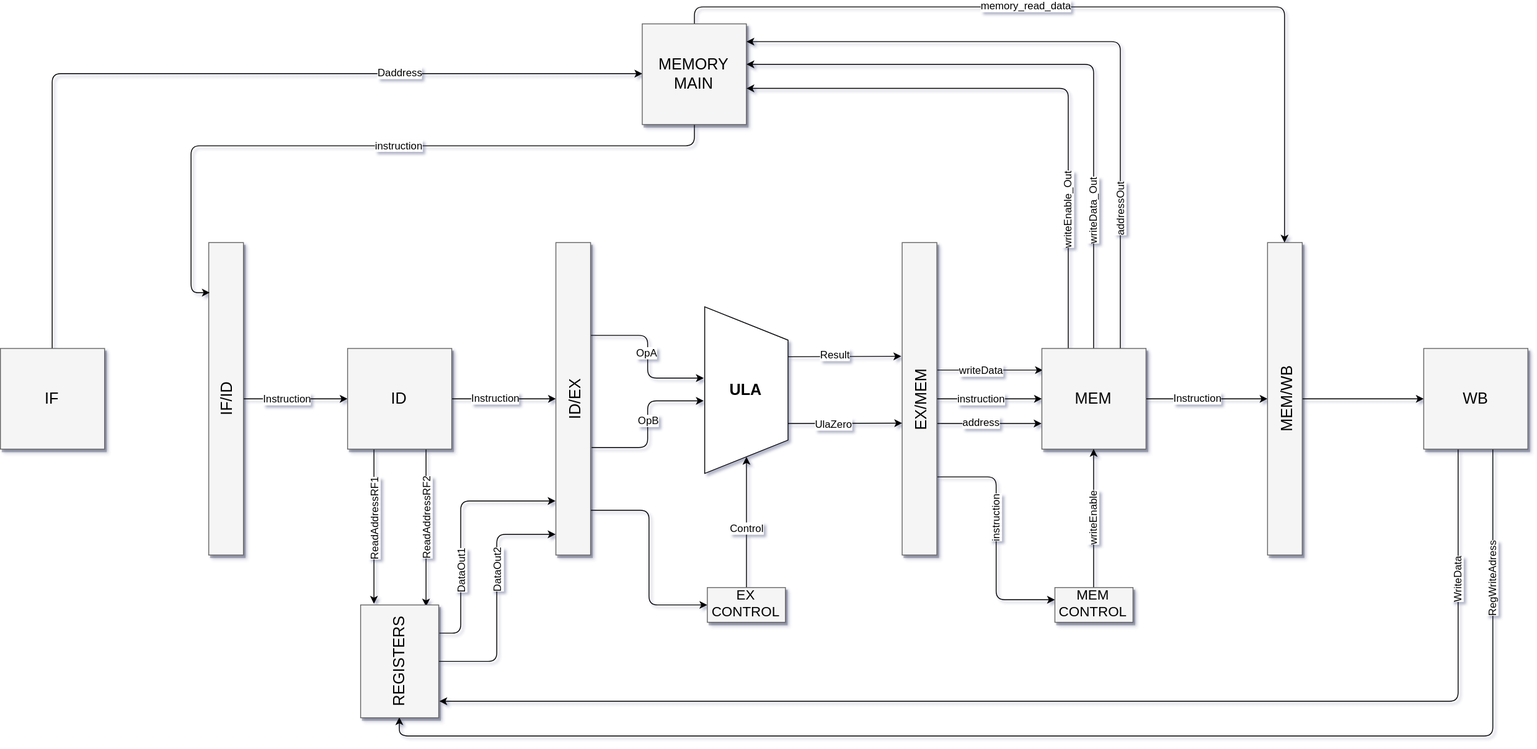
yansirianni/Pratica2_LAOC2 keeps this draw.io diagram as PipelineProcessor/Fluxo Micro-Page-1.svg. Above is the earlier version. Source tidied: cells renumbered, new cells last; positions are measured from the earlier drawing's top-left corner, leaving out a move shared by most shapes.
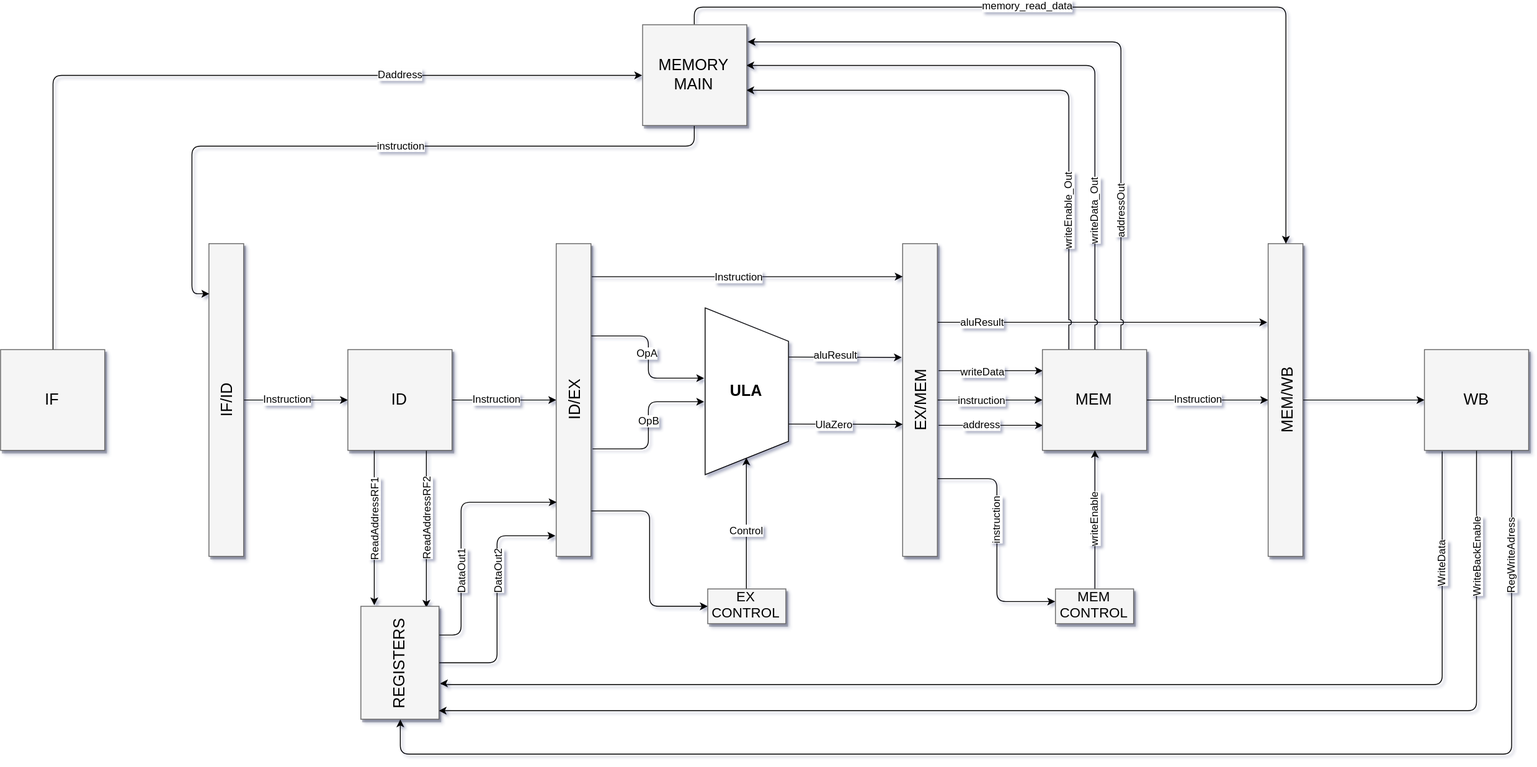
The same diagram one commit later.

Commit message:
Fix mem and wb wires

Diff of the diagram source:
```diff
@@ -20,7 +20,7 @@
     <mxCell id="5" style="edgeStyle=orthogonalEdgeStyle;rounded=0;jettySize=auto;html=1;" parent="1" edge="1" source="7" target="14">
       <mxGeometry relative="1" as="geometry" />
     </mxCell>
-    <mxCell id="6" value="Instruction" style="text;html=1;align=center;verticalAlign=middle;labelBackgroundColor=#ffffff;" parent="5" vertex="1">
+    <mxCell id="6" value="Instruction" style="text;html=1;align=center;verticalAlign=middle;labelBackgroundColor=#ffffff;spacingTop=-2;" parent="5" vertex="1">
       <mxGeometry x="-0.17" y="1" relative="1" as="geometry" />
     </mxCell>
     <mxCell id="7" value="IF/ID&lt;br&gt;&lt;br&gt;&lt;br&gt;" style="whiteSpace=wrap;html=1;shadow=1;fontSize=18;fillColor=#f5f5f5;strokeColor=#666666;labelBorderColor=none;labelBackgroundColor=none;verticalAlign=middle;horizontal=0;align=center;spacingLeft=0;spacing=0;spacingTop=45;" parent="1" vertex="1">
@@ -108,6 +108,14 @@
         <mxPoint x="5.5" as="offset" />
       </mxGeometry>
     </mxCell>
+    <mxCell id="67" style="edgeStyle=elbowEdgeStyle;rounded=1;jettySize=auto;html=1;exitX=1;exitY=0.25;exitDx=0;exitDy=0;entryX=-0.015;entryY=0.25;entryDx=0;entryDy=0;jumpStyle=arc;entryPerimeter=0;" parent="1" edge="1" source="29" target="40">
+      <mxGeometry relative="1" as="geometry" />
+    </mxCell>
+    <mxCell id="68" value="aluResult" style="text;html=1;align=center;verticalAlign=middle;labelBackgroundColor=#ffffff;spacingTop=2;" parent="67" vertex="1">
+      <mxGeometry y="130" relative="1" as="geometry">
+        <mxPoint x="-139" y="128" as="offset" />
+      </mxGeometry>
+    </mxCell>
     <mxCell id="29" value="EX/MEM&lt;br&gt;&lt;br&gt;" style="whiteSpace=wrap;html=1;shadow=1;fontSize=18;fillColor=#f5f5f5;strokeColor=#666666;labelBorderColor=none;labelBackgroundColor=none;verticalAlign=middle;horizontal=0;align=center;spacingLeft=0;spacing=0;spacingTop=25;" parent="1" vertex="1">
       <mxGeometry x="1039" y="252" width="40" height="360" as="geometry" />
     </mxCell>
@@ -154,31 +162,44 @@
     <mxCell id="40" value="MEM/WB&lt;br&gt;" style="whiteSpace=wrap;html=1;shadow=1;fontSize=18;fillColor=#f5f5f5;strokeColor=#666666;labelBorderColor=none;labelBackgroundColor=none;verticalAlign=middle;horizontal=0;align=center;spacingLeft=0;spacing=0;spacingTop=5;" parent="1" vertex="1">
       <mxGeometry x="1460" y="252" width="40" height="360" as="geometry" />
     </mxCell>
-    <mxCell id="41" style="jettySize=auto;html=1;startSize=6;sourcePerimeterSpacing=0;strokeColor=#000000;fontSize=16;exitX=0.667;exitY=1;exitDx=0;exitDy=0;entryX=0.5;entryY=1;entryDx=0;entryDy=0;edgeStyle=orthogonalEdgeStyle;exitPerimeter=0;" parent="1" edge="1" source="45" target="53">
+    <mxCell id="41" style="jettySize=auto;html=1;startSize=6;sourcePerimeterSpacing=0;strokeColor=#000000;fontSize=16;exitX=0.833;exitY=1.002;exitDx=0;exitDy=0;entryX=0.5;entryY=1;entryDx=0;entryDy=0;edgeStyle=orthogonalEdgeStyle;exitPerimeter=0;" parent="1" edge="1" source="45" target="53">
       <mxGeometry relative="1" as="geometry">
         <Array as="points">
-          <mxPoint x="1720" y="820" />
-          <mxPoint x="460" y="820" />
+          <mxPoint x="1740" y="840" />
+          <mxPoint x="460" y="840" />
         </Array>
       </mxGeometry>
     </mxCell>
     <mxCell id="42" value="&lt;span&gt;RegWriteAdress&lt;/span&gt;" style="text;html=1;align=center;verticalAlign=middle;labelBackgroundColor=#ffffff;rotation=-90;spacingTop=-4;" parent="41" vertex="1">
       <mxGeometry x="-0.82" relative="1" as="geometry">
-        <mxPoint y="8.5" as="offset" />
+        <mxPoint y="-25" as="offset" />
       </mxGeometry>
     </mxCell>
-    <mxCell id="43" style="edgeStyle=orthogonalEdgeStyle;rounded=1;jumpStyle=arc;jettySize=auto;html=1;exitX=0.333;exitY=0.995;exitDx=0;exitDy=0;entryX=1.006;entryY=0.85;entryDx=0;entryDy=0;entryPerimeter=0;exitPerimeter=0;" parent="1" edge="1" source="45" target="53">
+    <mxCell id="43" style="edgeStyle=orthogonalEdgeStyle;rounded=1;jumpStyle=arc;jettySize=auto;html=1;exitX=0.165;exitY=1.007;exitDx=0;exitDy=0;exitPerimeter=0;entryX=1.009;entryY=0.688;entryDx=0;entryDy=0;entryPerimeter=0;" parent="1" edge="1" source="45" target="53">
       <mxGeometry relative="1" as="geometry">
         <Array as="points">
-          <mxPoint x="1680" y="780" />
+          <mxPoint x="1660" y="759" />
+          <mxPoint x="507" y="759" />
         </Array>
       </mxGeometry>
     </mxCell>
     <mxCell id="44" value="&lt;span&gt;WriteData&lt;/span&gt;" style="text;html=1;align=center;verticalAlign=middle;labelBackgroundColor=#ffffff;rotation=-90;spacingTop=-3;" parent="43" vertex="1">
       <mxGeometry x="-0.79" y="-2" relative="1" as="geometry">
-        <mxPoint x="2" y="-4.5" as="offset" />
+        <mxPoint x="2" y="-20" as="offset" />
       </mxGeometry>
     </mxCell>
+    <mxCell id="69" style="edgeStyle=elbowEdgeStyle;rounded=1;jettySize=auto;html=1;entryX=1.004;entryY=0.927;entryDx=0;entryDy=0;entryPerimeter=0;" parent="1" edge="1" source="45" target="53">
+      <mxGeometry relative="1" as="geometry">
+        <Array as="points">
+          <mxPoint x="1700" y="660" />
+        </Array>
+      </mxGeometry>
+    </mxCell>
+    <mxCell id="70" value="WriteBackEnable" style="text;html=1;align=center;verticalAlign=middle;labelBackgroundColor=#ffffff;rotation=-90;spacingTop=-2;" parent="69" vertex="1">
+      <mxGeometry x="-0.82" y="-1" relative="1" as="geometry">
+        <mxPoint x="1" y="-9" as="offset" />
+      </mxGeometry>
+    </mxCell>
     <mxCell id="45" value="WB&lt;br&gt;" style="whiteSpace=wrap;html=1;shadow=1;fontSize=18;fillColor=#f5f5f5;strokeColor=#666666;" parent="1" vertex="1">
       <mxGeometry x="1640" y="374" width="120" height="116" as="geometry" />
     </mxCell>
@@ -188,6 +209,17 @@
     <mxCell id="47" value="Control" style="text;html=1;align=center;verticalAlign=middle;labelBackgroundColor=#ffffff;" parent="46" vertex="1">
       <mxGeometry x="-0.09" relative="1" as="geometry" />
     </mxCell>
+    <mxCell id="71" style="edgeStyle=elbowEdgeStyle;rounded=1;orthogonalLoop=1;jettySize=auto;html=1;" parent="1" edge="1">
+      <mxGeometry relative="1" as="geometry">
+        <mxPoint x="681" y="290" as="sourcePoint" />
+        <mxPoint x="1039" y="290" as="targetPoint" />
+      </mxGeometry>
+    </mxCell>
+    <mxCell id="72" value="Instruction" style="text;html=1;align=center;verticalAlign=middle;labelBackgroundColor=#ffffff;rotation=0;spacingTop=-2;" parent="71" vertex="1">
+      <mxGeometry x="0.14" y="1" relative="1" as="geometry">
+        <mxPoint x="-35.5" y="1" as="offset" />
+      </mxGeometry>
+    </mxCell>
     <mxCell id="48" value="EX CONTROL&lt;br style=&quot;font-size: 16px;&quot;&gt;&lt;br style=&quot;font-size: 16px;&quot;&gt;" style="whiteSpace=wrap;html=1;shadow=1;fontSize=16;fillColor=#f5f5f5;strokeColor=#666666;verticalAlign=middle;spacingTop=16;" parent="1" vertex="1">
       <mxGeometry x="814.5" y="649.5" width="90" height="40" as="geometry" />
     </mxCell>
@@ -220,7 +252,7 @@
         <mxPoint x="1038" y="383" as="targetPoint" />
       </mxGeometry>
     </mxCell>
-    <mxCell id="55" value="Result" style="text;html=1;align=center;verticalAlign=middle;labelBackgroundColor=#ffffff;" parent="54" vertex="1">
+    <mxCell id="55" value="aluResult" style="text;html=1;align=center;verticalAlign=middle;labelBackgroundColor=#ffffff;" parent="54" vertex="1">
       <mxGeometry y="18" relative="1" as="geometry">
         <mxPoint x="-12.5" y="15" as="offset" />
       </mxGeometry>
```
